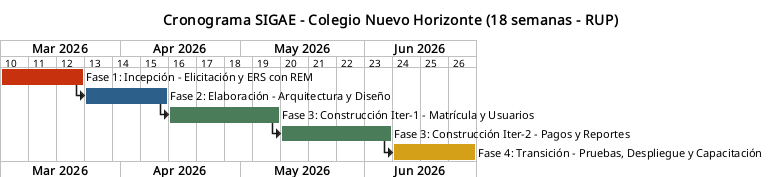
This is l1/img/sigae_gantt.png from microuni-unsa/cas-lab-turno-e-grupo-1, a PlantUML export, as it was before one commit.
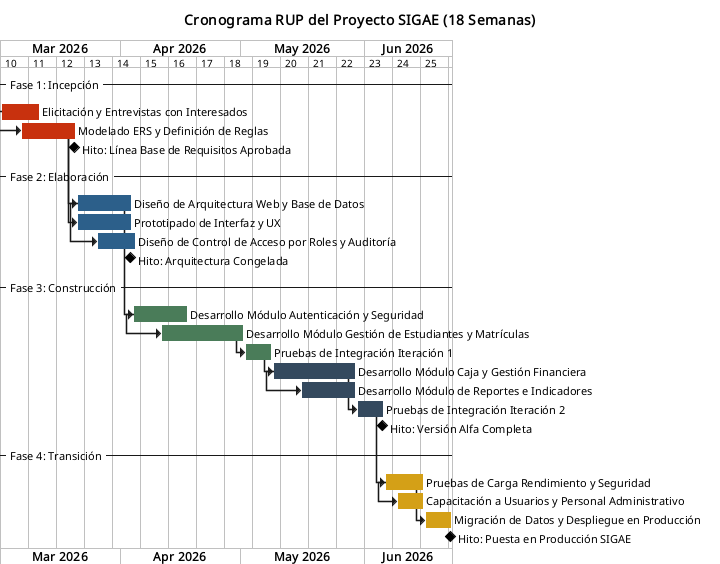
Later version of the same file.

What changed in the source:
```diff
@@ -1,23 +1,61 @@
 @startgantt
-title Cronograma SIGAE - Colegio Nuevo Horizonte (18 semanas - RUP)
+title Cronograma RUP del Proyecto SIGAE (18 Semanas)
 Project starts 2026-03-02
 printscale weekly
 skinparam backgroundColor #FFFFFF
 
-[Fase 1: Incepción - Elicitación y ERS con REM] lasts 21 days
-[Fase 2: Elaboración - Arquitectura y Diseño] lasts 21 days
-[Fase 3: Construcción Iter-1 - Matrícula y Usuarios] lasts 28 days
-[Fase 3: Construcción Iter-2 - Pagos y Reportes] lasts 28 days
-[Fase 4: Transición - Pruebas, Despliegue y Capacitación] lasts 21 days
+-- Fase 1: Incepción --
+[Elicitación y Entrevistas con Interesados] lasts 10 days
+[Elicitación y Entrevistas con Interesados] is colored in #C8310E
+[Modelado ERS y Definición de Reglas] lasts 14 days
+[Modelado ERS y Definición de Reglas] is colored in #C8310E
+[Modelado ERS y Definición de Reglas] starts 5 days after [Elicitación y Entrevistas con Interesados]'s start
+[Hito: Línea Base de Requisitos Aprobada] happens at [Modelado ERS y Definición de Reglas]'s end
 
-[Fase 1: Incepción - Elicitación y ERS con REM] is colored in #C8310E
-[Fase 2: Elaboración - Arquitectura y Diseño] is colored in #2C5F8A
-[Fase 3: Construcción Iter-1 - Matrícula y Usuarios] is colored in #4A7C59
-[Fase 3: Construcción Iter-2 - Pagos y Reportes] is colored in #4A7C59
-[Fase 4: Transición - Pruebas, Despliegue y Capacitación] is colored in #D4A017
+-- Fase 2: Elaboración --
+[Diseño de Arquitectura Web y Base de Datos] lasts 14 days
+[Diseño de Arquitectura Web y Base de Datos] is colored in #2C5F8A
+[Diseño de Arquitectura Web y Base de Datos] starts at [Modelado ERS y Definición de Reglas]'s end
+[Prototipado de Interfaz y UX] lasts 14 days
+[Prototipado de Interfaz y UX] is colored in #2C5F8A
+[Prototipado de Interfaz y UX] starts at [Modelado ERS y Definición de Reglas]'s end
+[Diseño de Control de Acceso por Roles y Auditoría] lasts 10 days
+[Diseño de Control de Acceso por Roles y Auditoría] is colored in #2C5F8A
+[Diseño de Control de Acceso por Roles y Auditoría] starts 5 days after [Diseño de Arquitectura Web y Base de Datos]'s start
+[Hito: Arquitectura Congelada] happens at [Diseño de Arquitectura Web y Base de Datos]'s end
 
-[Fase 2: Elaboración - Arquitectura y Diseño] starts at [Fase 1: Incepción - Elicitación y ERS con REM]'s end
-[Fase 3: Construcción Iter-1 - Matrícula y Usuarios] starts at [Fase 2: Elaboración - Arquitectura y Diseño]'s end
-[Fase 3: Construcción Iter-2 - Pagos y Reportes] starts at [Fase 3: Construcción Iter-1 - Matrícula y Usuarios]'s end
-[Fase 4: Transición - Pruebas, Despliegue y Capacitación] starts at [Fase 3: Construcción Iter-2 - Pagos y Reportes]'s end
+-- Fase 3: Construcción --
+[Desarrollo Módulo Autenticación y Seguridad] lasts 14 days
+[Desarrollo Módulo Autenticación y Seguridad] is colored in #4A7C59
+[Desarrollo Módulo Autenticación y Seguridad] starts at [Diseño de Arquitectura Web y Base de Datos]'s end
+[Desarrollo Módulo Gestión de Estudiantes y Matrículas] lasts 21 days
+[Desarrollo Módulo Gestión de Estudiantes y Matrículas] is colored in #4A7C59
+[Desarrollo Módulo Gestión de Estudiantes y Matrículas] starts 7 days after [Desarrollo Módulo Autenticación y Seguridad]'s start
+[Pruebas de Integración Iteración 1] lasts 7 days
+[Pruebas de Integración Iteración 1] is colored in #4A7C59
+[Pruebas de Integración Iteración 1] starts at [Desarrollo Módulo Gestión de Estudiantes y Matrículas]'s end
+
+[Desarrollo Módulo Caja y Gestión Financiera] lasts 21 days
+[Desarrollo Módulo Caja y Gestión Financiera] is colored in #34495E
+[Desarrollo Módulo Caja y Gestión Financiera] starts at [Pruebas de Integración Iteración 1]'s end
+[Desarrollo Módulo de Reportes e Indicadores] lasts 14 days
+[Desarrollo Módulo de Reportes e Indicadores] is colored in #34495E
+[Desarrollo Módulo de Reportes e Indicadores] starts 7 days after [Desarrollo Módulo Caja y Gestión Financiera]'s start
+[Pruebas de Integración Iteración 2] lasts 7 days
+[Pruebas de Integración Iteración 2] is colored in #34495E
+[Pruebas de Integración Iteración 2] starts at [Desarrollo Módulo Caja y Gestión Financiera]'s end
+[Hito: Versión Alfa Completa] happens at [Pruebas de Integración Iteración 2]'s end
+
+-- Fase 4: Transición --
+[Pruebas de Carga Rendimiento y Seguridad] lasts 10 days
+[Pruebas de Carga Rendimiento y Seguridad] is colored in #D4A017
+[Pruebas de Carga Rendimiento y Seguridad] starts at [Pruebas de Integración Iteración 2]'s end
+[Capacitación a Usuarios y Personal Administrativo] lasts 7 days
+[Capacitación a Usuarios y Personal Administrativo] is colored in #D4A017
+[Capacitación a Usuarios y Personal Administrativo] starts 3 days after [Pruebas de Carga Rendimiento y Seguridad]'s start
+[Migración de Datos y Despliegue en Producción] lasts 7 days
+[Migración de Datos y Despliegue en Producción] is colored in #D4A017
+[Migración de Datos y Despliegue en Producción] starts at [Pruebas de Carga Rendimiento y Seguridad]'s end
+[Hito: Puesta en Producción SIGAE] happens at [Migración de Datos y Despliegue en Producción]'s end
+
 @endgantt
```
